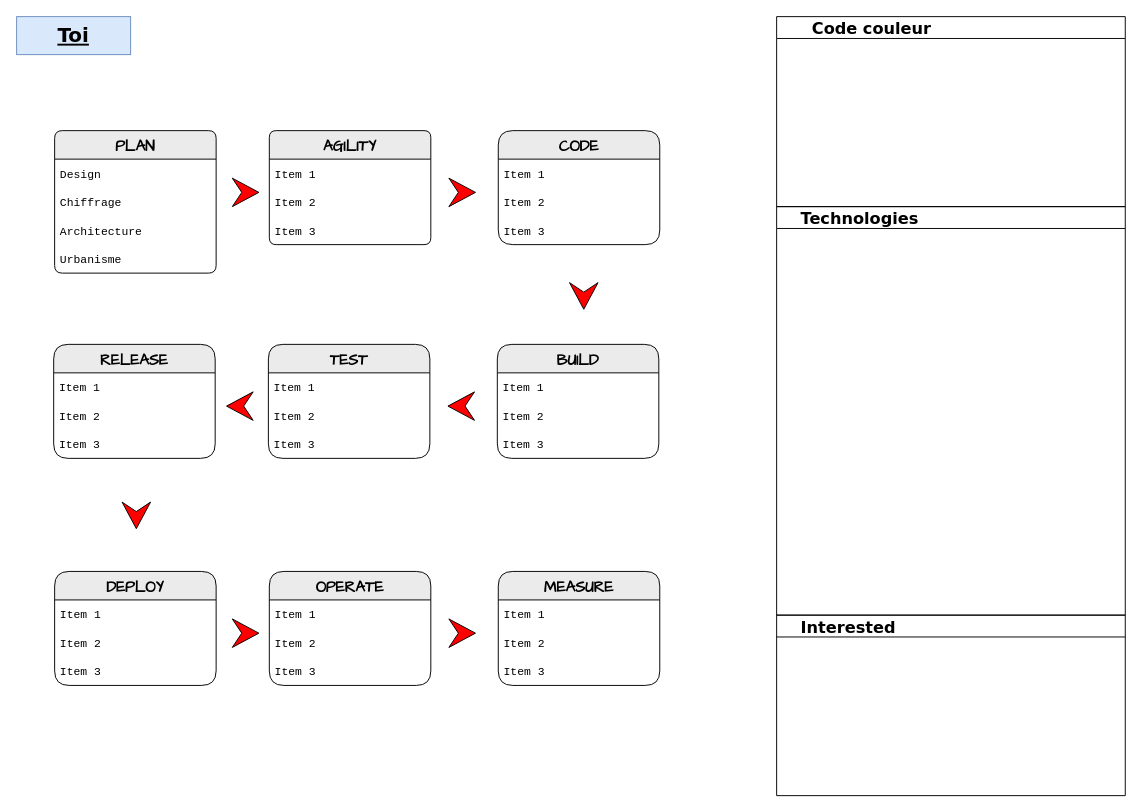
Before: skills.drawio in teolia/TeoSchool_skills, a draw.io diagram. Source tidied: cells renumbered, new cells numbered last; positions are measured from the earlier drawing's top-left corner, leaving out a move shared by most shapes. Both pictures are drawn from the tidied source at 95%, with x=0, y=0 at pixel (16, 16).
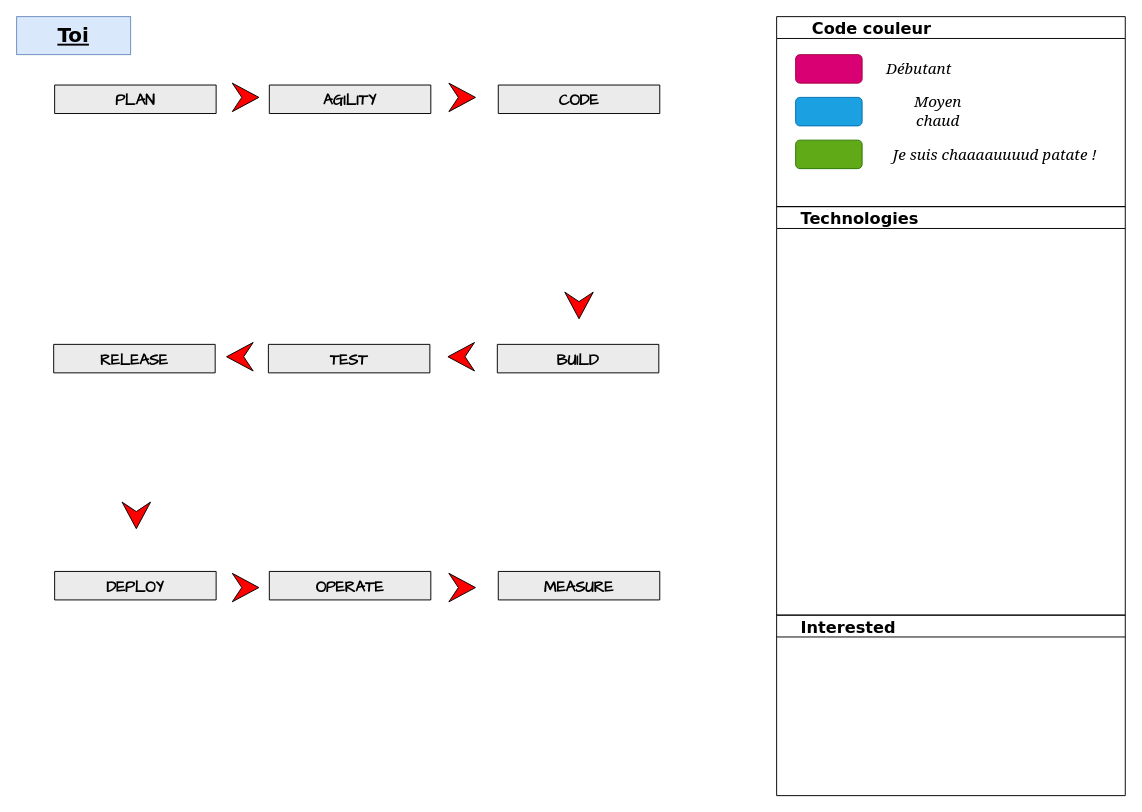
The same diagram, later.

The change refers to these unchanged cells:
```xml
<mxCell id="48" value="      Code couleur" style="swimlane;rounded=0;labelBackgroundColor=none;sketch=0;fontFamily=Verdana;fontSize=17;fontColor=#000000;fillColor=none;align=left;" parent="1" vertex="1">
  <mxGeometry x="800" width="367" height="200" as="geometry" />
</mxCell>
```

What changed in the source:
```diff
@@
-    <mxCell id="3" value="PLAN" style="swimlane;fontStyle=1;horizontal=1;startSize=30;fontFamily=Comic Sans MS;rounded=1;arcSize=9;labelBackgroundColor=none;fillColor=#EBEBEB;fontSize=16;" parent="1" vertex="1">
-      <mxGeometry x="40" y="120" width="170" height="150" as="geometry" />
+    <mxCell id="3" value="PLAN" style="swimlane;fontStyle=1;horizontal=1;startSize=30;fontFamily=Comic Sans MS;rounded=1;arcSize=9;labelBackgroundColor=none;fillColor=#EBEBEB;fontSize=16;" parent="1" vertex="1" collapsed="1">
+      <mxGeometry x="40" y="72" width="170" height="30" as="geometry" />
     </mxCell>
-    <mxCell id="4" value="Design" style="text;align=left;verticalAlign=middle;spacingLeft=4;spacingRight=4;overflow=hidden;fontFamily=Courier New;" parent="3" vertex="1">
-      <mxGeometry y="30" width="170" height="30" as="geometry" />
-    </mxCell>
-    <mxCell id="5" value="Chiffrage" style="text;strokeColor=none;fillColor=none;align=left;verticalAlign=middle;spacingLeft=4;spacingRight=4;overflow=hidden;fontFamily=Courier New;" parent="3" vertex="1">
-      <mxGeometry y="60" width="170" height="30" as="geometry" />
-    </mxCell>
-    <mxCell id="6" value="Architecture" style="text;strokeColor=none;fillColor=none;align=left;verticalAlign=middle;spacingLeft=4;spacingRight=4;overflow=hidden;fontFamily=Courier New;" parent="3" vertex="1">
-      <mxGeometry y="90" width="170" height="30" as="geometry" />
-    </mxCell>
-    <mxCell id="7" value="Urbanisme" style="text;strokeColor=none;fillColor=none;align=left;verticalAlign=middle;spacingLeft=4;spacingRight=4;overflow=hidden;fontFamily=Courier New;" parent="3" vertex="1">
-      <mxGeometry y="120" width="170" height="30" as="geometry" />
-    </mxCell>
-    <mxCell id="8" value="AGILITY" style="swimlane;fontStyle=1;horizontal=1;startSize=30;fontFamily=Comic Sans MS;rounded=1;arcSize=8;labelBackgroundColor=none;fillColor=#EBEBEB;fontSize=16;" parent="1" vertex="1">
-      <mxGeometry x="266" y="120" width="170" height="120" as="geometry" />
+    <mxCell id="8" value="AGILITY" style="swimlane;fontStyle=1;horizontal=1;startSize=30;fontFamily=Comic Sans MS;rounded=1;arcSize=8;labelBackgroundColor=none;fillColor=#EBEBEB;fontSize=16;" parent="1" vertex="1" collapsed="1">
+      <mxGeometry x="266" y="72" width="170" height="30" as="geometry" />
     </mxCell>
-    <mxCell id="9" value="Item 1" style="text;align=left;verticalAlign=middle;spacingLeft=4;spacingRight=4;overflow=hidden;fontFamily=Courier New;" parent="8" vertex="1">
-      <mxGeometry y="30" width="170" height="30" as="geometry" />
-    </mxCell>
-    <mxCell id="10" value="Item 2" style="text;strokeColor=none;fillColor=none;align=left;verticalAlign=middle;spacingLeft=4;spacingRight=4;overflow=hidden;fontFamily=Courier New;" parent="8" vertex="1">
-      <mxGeometry y="60" width="170" height="30" as="geometry" />
-    </mxCell>
-    <mxCell id="11" value="Item 3" style="text;strokeColor=none;fillColor=none;align=left;verticalAlign=middle;spacingLeft=4;spacingRight=4;overflow=hidden;fontFamily=Courier New;" parent="8" vertex="1">
-      <mxGeometry y="90" width="170" height="30" as="geometry" />
-    </mxCell>
-    <mxCell id="12" value="CODE" style="swimlane;fontStyle=1;horizontal=1;startSize=30;fontFamily=Comic Sans MS;rounded=1;arcSize=17;labelBackgroundColor=none;fillColor=#EBEBEB;fontSize=16;" parent="1" vertex="1">
-      <mxGeometry x="507" y="120" width="170" height="120" as="geometry" />
+    <mxCell id="12" value="CODE" style="swimlane;fontStyle=1;horizontal=1;startSize=30;fontFamily=Comic Sans MS;rounded=1;arcSize=17;labelBackgroundColor=none;fillColor=#EBEBEB;fontSize=16;" parent="1" vertex="1" collapsed="1">
+      <mxGeometry x="507" y="72" width="170" height="30" as="geometry" />
     </mxCell>
-    <mxCell id="13" value="Item 1" style="text;align=left;verticalAlign=middle;spacingLeft=4;spacingRight=4;overflow=hidden;fontFamily=Courier New;" parent="12" vertex="1">
-      <mxGeometry y="30" width="170" height="30" as="geometry" />
-    </mxCell>
-    <mxCell id="14" value="Item 2" style="text;strokeColor=none;fillColor=none;align=left;verticalAlign=middle;spacingLeft=4;spacingRight=4;overflow=hidden;fontFamily=Courier New;" parent="12" vertex="1">
-      <mxGeometry y="60" width="170" height="30" as="geometry" />
-    </mxCell>
-    <mxCell id="15" value="Item 3" style="text;strokeColor=none;fillColor=none;align=left;verticalAlign=middle;spacingLeft=4;spacingRight=4;overflow=hidden;fontFamily=Courier New;" parent="12" vertex="1">
-      <mxGeometry y="90" width="170" height="30" as="geometry" />
-    </mxCell>
     <mxCell id="16" style="html=1;shadow=0;dashed=0;align=center;verticalAlign=middle;shape=mxgraph.arrows2.arrow;dy=0;dx=30;notch=10;rounded=1;labelBackgroundColor=#FF0000;sketch=0;fontFamily=Verdana;fontSize=21;fontColor=#FF0000;fillColor=#FF0000;" parent="1" vertex="1">
-      <mxGeometry x="227" y="170" width="28" height="30" as="geometry" />
+      <mxGeometry x="227" y="70" width="28" height="30" as="geometry" />
     </mxCell>
     <mxCell id="17" style="html=1;shadow=0;dashed=0;align=center;verticalAlign=middle;shape=mxgraph.arrows2.arrow;dy=0;dx=30;notch=10;rounded=1;labelBackgroundColor=#FF0000;sketch=0;fontFamily=Verdana;fontSize=21;fontColor=#FF0000;fillColor=#FF0000;" parent="1" vertex="1">
-      <mxGeometry x="455" y="170" width="28" height="30" as="geometry" />
+      <mxGeometry x="455" y="70" width="28" height="30" as="geometry" />
     </mxCell>
-    <mxCell id="18" value="RELEASE" style="swimlane;fontStyle=1;horizontal=1;startSize=30;fontFamily=Comic Sans MS;rounded=1;arcSize=17;labelBackgroundColor=none;fillColor=#EBEBEB;fontSize=16;" parent="1" vertex="1">
-      <mxGeometry x="39" y="345" width="170" height="120" as="geometry" />
+    <mxCell id="18" value="RELEASE" style="swimlane;fontStyle=1;horizontal=1;startSize=30;fontFamily=Comic Sans MS;rounded=1;arcSize=17;labelBackgroundColor=none;fillColor=#EBEBEB;fontSize=16;" parent="1" vertex="1" collapsed="1">
+      <mxGeometry x="39" y="345" width="170" height="30" as="geometry" />
     </mxCell>
-    <mxCell id="19" value="Item 1" style="text;align=left;verticalAlign=middle;spacingLeft=4;spacingRight=4;overflow=hidden;fontFamily=Courier New;" parent="18" vertex="1">
-      <mxGeometry y="30" width="170" height="30" as="geometry" />
-    </mxCell>
-    <mxCell id="20" value="Item 2" style="text;strokeColor=none;fillColor=none;align=left;verticalAlign=middle;spacingLeft=4;spacingRight=4;overflow=hidden;fontFamily=Courier New;" parent="18" vertex="1">
-      <mxGeometry y="60" width="170" height="30" as="geometry" />
-    </mxCell>
-    <mxCell id="21" value="Item 3" style="text;strokeColor=none;fillColor=none;align=left;verticalAlign=middle;spacingLeft=4;spacingRight=4;overflow=hidden;fontFamily=Courier New;" parent="18" vertex="1">
-      <mxGeometry y="90" width="170" height="30" as="geometry" />
-    </mxCell>
-    <mxCell id="22" value="TEST" style="swimlane;fontStyle=1;horizontal=1;startSize=30;fontFamily=Comic Sans MS;rounded=1;arcSize=17;labelBackgroundColor=none;fillColor=#EBEBEB;fontSize=16;" parent="1" vertex="1">
-      <mxGeometry x="265" y="345" width="170" height="120" as="geometry" />
+    <mxCell id="22" value="TEST" style="swimlane;fontStyle=1;horizontal=1;startSize=30;fontFamily=Comic Sans MS;rounded=1;arcSize=17;labelBackgroundColor=none;fillColor=#EBEBEB;fontSize=16;" parent="1" vertex="1" collapsed="1">
+      <mxGeometry x="265" y="345" width="170" height="30" as="geometry" />
     </mxCell>
-    <mxCell id="23" value="Item 1" style="text;align=left;verticalAlign=middle;spacingLeft=4;spacingRight=4;overflow=hidden;fontFamily=Courier New;" parent="22" vertex="1">
-      <mxGeometry y="30" width="170" height="30" as="geometry" />
-    </mxCell>
-    <mxCell id="24" value="Item 2" style="text;strokeColor=none;fillColor=none;align=left;verticalAlign=middle;spacingLeft=4;spacingRight=4;overflow=hidden;fontFamily=Courier New;" parent="22" vertex="1">
-      <mxGeometry y="60" width="170" height="30" as="geometry" />
-    </mxCell>
-    <mxCell id="25" value="Item 3" style="text;strokeColor=none;fillColor=none;align=left;verticalAlign=middle;spacingLeft=4;spacingRight=4;overflow=hidden;fontFamily=Courier New;" parent="22" vertex="1">
-      <mxGeometry y="90" width="170" height="30" as="geometry" />
-    </mxCell>
-    <mxCell id="26" value="BUILD" style="swimlane;fontStyle=1;horizontal=1;startSize=30;fontFamily=Comic Sans MS;rounded=1;arcSize=17;labelBackgroundColor=none;fillColor=#EBEBEB;fontSize=16;" parent="1" vertex="1">
-      <mxGeometry x="506" y="345" width="170" height="120" as="geometry" />
+    <mxCell id="26" value="BUILD" style="swimlane;fontStyle=1;horizontal=1;startSize=30;fontFamily=Comic Sans MS;rounded=1;arcSize=17;labelBackgroundColor=none;fillColor=#EBEBEB;fontSize=16;" parent="1" vertex="1" collapsed="1">
+      <mxGeometry x="506" y="345" width="170" height="30" as="geometry" />
     </mxCell>
-    <mxCell id="27" value="Item 1" style="text;align=left;verticalAlign=middle;spacingLeft=4;spacingRight=4;overflow=hidden;fontFamily=Courier New;" parent="26" vertex="1">
-      <mxGeometry y="30" width="170" height="30" as="geometry" />
-    </mxCell>
-    <mxCell id="28" value="Item 2" style="text;strokeColor=none;fillColor=none;align=left;verticalAlign=middle;spacingLeft=4;spacingRight=4;overflow=hidden;fontFamily=Courier New;" parent="26" vertex="1">
-      <mxGeometry y="60" width="170" height="30" as="geometry" />
-    </mxCell>
-    <mxCell id="29" value="Item 3" style="text;strokeColor=none;fillColor=none;align=left;verticalAlign=middle;spacingLeft=4;spacingRight=4;overflow=hidden;fontFamily=Courier New;" parent="26" vertex="1">
-      <mxGeometry y="90" width="170" height="30" as="geometry" />
-    </mxCell>
-    <mxCell id="30" value="DEPLOY" style="swimlane;fontStyle=1;horizontal=1;startSize=30;fontFamily=Comic Sans MS;rounded=1;arcSize=17;labelBackgroundColor=none;fillColor=#EBEBEB;fontSize=16;" parent="1" vertex="1">
-      <mxGeometry x="40" y="584" width="170" height="120" as="geometry" />
+    <mxCell id="30" value="DEPLOY" style="swimlane;fontStyle=1;horizontal=1;startSize=30;fontFamily=Comic Sans MS;rounded=1;arcSize=17;labelBackgroundColor=none;fillColor=#EBEBEB;fontSize=16;" parent="1" vertex="1" collapsed="1">
+      <mxGeometry x="40" y="584" width="170" height="30" as="geometry" />
     </mxCell>
-    <mxCell id="31" value="Item 1" style="text;align=left;verticalAlign=middle;spacingLeft=4;spacingRight=4;overflow=hidden;fontFamily=Courier New;" parent="30" vertex="1">
-      <mxGeometry y="30" width="170" height="30" as="geometry" />
-    </mxCell>
-    <mxCell id="32" value="Item 2" style="text;strokeColor=none;fillColor=none;align=left;verticalAlign=middle;spacingLeft=4;spacingRight=4;overflow=hidden;fontFamily=Courier New;" parent="30" vertex="1">
-      <mxGeometry y="60" width="170" height="30" as="geometry" />
-    </mxCell>
-    <mxCell id="33" value="Item 3" style="text;strokeColor=none;fillColor=none;align=left;verticalAlign=middle;spacingLeft=4;spacingRight=4;overflow=hidden;fontFamily=Courier New;" parent="30" vertex="1">
-      <mxGeometry y="90" width="170" height="30" as="geometry" />
-    </mxCell>
-    <mxCell id="34" value="OPERATE" style="swimlane;fontStyle=1;horizontal=1;startSize=30;fontFamily=Comic Sans MS;rounded=1;arcSize=17;labelBackgroundColor=none;fillColor=#EBEBEB;fontSize=16;" parent="1" vertex="1">
-      <mxGeometry x="266" y="584" width="170" height="120" as="geometry" />
+    <mxCell id="34" value="OPERATE" style="swimlane;fontStyle=1;horizontal=1;startSize=30;fontFamily=Comic Sans MS;rounded=1;arcSize=17;labelBackgroundColor=none;fillColor=#EBEBEB;fontSize=16;" parent="1" vertex="1" collapsed="1">
+      <mxGeometry x="266" y="584" width="170" height="30" as="geometry" />
     </mxCell>
-    <mxCell id="35" value="Item 1" style="text;align=left;verticalAlign=middle;spacingLeft=4;spacingRight=4;overflow=hidden;fontFamily=Courier New;" parent="34" vertex="1">
-      <mxGeometry y="30" width="170" height="30" as="geometry" />
-    </mxCell>
-    <mxCell id="36" value="Item 2" style="text;strokeColor=none;fillColor=none;align=left;verticalAlign=middle;spacingLeft=4;spacingRight=4;overflow=hidden;fontFamily=Courier New;" parent="34" vertex="1">
-      <mxGeometry y="60" width="170" height="30" as="geometry" />
-    </mxCell>
-    <mxCell id="37" value="Item 3" style="text;strokeColor=none;fillColor=none;align=left;verticalAlign=middle;spacingLeft=4;spacingRight=4;overflow=hidden;fontFamily=Courier New;" parent="34" vertex="1">
-      <mxGeometry y="90" width="170" height="30" as="geometry" />
-    </mxCell>
-    <mxCell id="38" value="MEASURE" style="swimlane;fontStyle=1;horizontal=1;startSize=30;fontFamily=Comic Sans MS;rounded=1;arcSize=17;labelBackgroundColor=none;fillColor=#EBEBEB;fontSize=16;" parent="1" vertex="1">
-      <mxGeometry x="507" y="584" width="170" height="120" as="geometry" />
+    <mxCell id="38" value="MEASURE" style="swimlane;fontStyle=1;horizontal=1;startSize=30;fontFamily=Comic Sans MS;rounded=1;arcSize=17;labelBackgroundColor=none;fillColor=#EBEBEB;fontSize=16;" parent="1" vertex="1" collapsed="1">
+      <mxGeometry x="507" y="584" width="170" height="30" as="geometry" />
     </mxCell>
-    <mxCell id="39" value="Item 1" style="text;align=left;verticalAlign=middle;spacingLeft=4;spacingRight=4;overflow=hidden;fontFamily=Courier New;" parent="38" vertex="1">
-      <mxGeometry y="30" width="170" height="30" as="geometry" />
-    </mxCell>
-    <mxCell id="40" value="Item 2" style="text;strokeColor=none;fillColor=none;align=left;verticalAlign=middle;spacingLeft=4;spacingRight=4;overflow=hidden;fontFamily=Courier New;" parent="38" vertex="1">
-      <mxGeometry y="60" width="170" height="30" as="geometry" />
-    </mxCell>
-    <mxCell id="41" value="Item 3" style="text;strokeColor=none;fillColor=none;align=left;verticalAlign=middle;spacingLeft=4;spacingRight=4;overflow=hidden;fontFamily=Courier New;" parent="38" vertex="1">
-      <mxGeometry y="90" width="170" height="30" as="geometry" />
-    </mxCell>
     <mxCell id="42" style="html=1;shadow=0;dashed=0;align=center;verticalAlign=middle;shape=mxgraph.arrows2.arrow;dy=0;dx=30;notch=10;rounded=1;labelBackgroundColor=#FF0000;sketch=0;fontFamily=Verdana;fontSize=21;fontColor=#FF0000;fillColor=#FF0000;" parent="1" vertex="1">
-      <mxGeometry x="227" y="634" width="28" height="30" as="geometry" />
+      <mxGeometry x="227" y="586" width="28" height="30" as="geometry" />
     </mxCell>
     <mxCell id="43" style="html=1;shadow=0;dashed=0;align=center;verticalAlign=middle;shape=mxgraph.arrows2.arrow;dy=0;dx=30;notch=10;rounded=1;labelBackgroundColor=#FF0000;sketch=0;fontFamily=Verdana;fontSize=21;fontColor=#FF0000;fillColor=#FF0000;" parent="1" vertex="1">
-      <mxGeometry x="455" y="634" width="28" height="30" as="geometry" />
+      <mxGeometry x="455" y="586" width="28" height="30" as="geometry" />
     </mxCell>
     <mxCell id="44" style="html=1;shadow=0;dashed=0;align=center;verticalAlign=middle;shape=mxgraph.arrows2.arrow;dy=0;dx=30;notch=10;rounded=1;labelBackgroundColor=#FF0000;sketch=0;fontFamily=Verdana;fontSize=21;fontColor=#FF0000;fillColor=#FF0000;flipH=1;" parent="1" vertex="1">
-      <mxGeometry x="454" y="395" width="28" height="30" as="geometry" />
+      <mxGeometry x="454" y="343" width="28" height="30" as="geometry" />
     </mxCell>
     <mxCell id="45" style="html=1;shadow=0;dashed=0;align=center;verticalAlign=middle;shape=mxgraph.arrows2.arrow;dy=0;dx=30;notch=10;rounded=1;labelBackgroundColor=#FF0000;sketch=0;fontFamily=Verdana;fontSize=21;fontColor=#FF0000;fillColor=#FF0000;flipH=1;" parent="1" vertex="1">
-      <mxGeometry x="221" y="395" width="28" height="30" as="geometry" />
+      <mxGeometry x="221" y="343" width="28" height="30" as="geometry" />
     </mxCell>
     <mxCell id="46" style="html=1;shadow=0;dashed=0;align=center;verticalAlign=middle;shape=mxgraph.arrows2.arrow;dy=0;dx=30;notch=10;rounded=1;labelBackgroundColor=#FF0000;sketch=0;fontFamily=Verdana;fontSize=21;fontColor=#FF0000;fillColor=#FF0000;direction=south;" parent="1" vertex="1">
-      <mxGeometry x="582" y="280" width="30" height="28" as="geometry" />
+      <mxGeometry x="577" y="290" width="30" height="28" as="geometry" />
     </mxCell>
@@
+    <mxCell id="51" style="rounded=1;whiteSpace=wrap;html=1;fillColor=#d80073;strokeColor=#A50040;fontColor=#ffffff;" parent="48" vertex="1">
+      <mxGeometry x="20" y="40" width="70" height="30" as="geometry" />
+    </mxCell>
+    <mxCell id="52" style="rounded=1;whiteSpace=wrap;html=1;fillColor=#1ba1e2;fontColor=#ffffff;strokeColor=#006EAF;" parent="48" vertex="1">
+      <mxGeometry x="20" y="85" width="70" height="30" as="geometry" />
+    </mxCell>
+    <mxCell id="53" style="rounded=1;whiteSpace=wrap;html=1;fillColor=#60a917;fontColor=#ffffff;strokeColor=#2D7600;" parent="48" vertex="1">
+      <mxGeometry x="20" y="130" width="70" height="30" as="geometry" />
+    </mxCell>
+    <mxCell id="54" value="Débutant" style="text;html=1;strokeColor=none;fillColor=none;align=center;verticalAlign=middle;whiteSpace=wrap;rounded=0;fontFamily=Georgia;fontSize=16;fontStyle=2;" parent="48" vertex="1">
+      <mxGeometry x="120" y="40" width="60" height="30" as="geometry" />
+    </mxCell>
+    <mxCell id="55" value="Moyen chaud" style="text;html=1;strokeColor=none;fillColor=none;align=center;verticalAlign=middle;whiteSpace=wrap;rounded=0;fontFamily=Georgia;fontSize=16;fontStyle=2;" parent="48" vertex="1">
+      <mxGeometry x="120" y="85" width="100" height="30" as="geometry" />
+    </mxCell>
+    <mxCell id="56" value="Je suis chaaaauuuud patate !" style="text;html=1;strokeColor=none;fillColor=none;align=center;verticalAlign=middle;whiteSpace=wrap;rounded=0;fontFamily=Georgia;fontSize=16;fontStyle=2;" parent="48" vertex="1">
+      <mxGeometry x="120" y="130" width="220" height="30" as="geometry" />
+    </mxCell>
```
